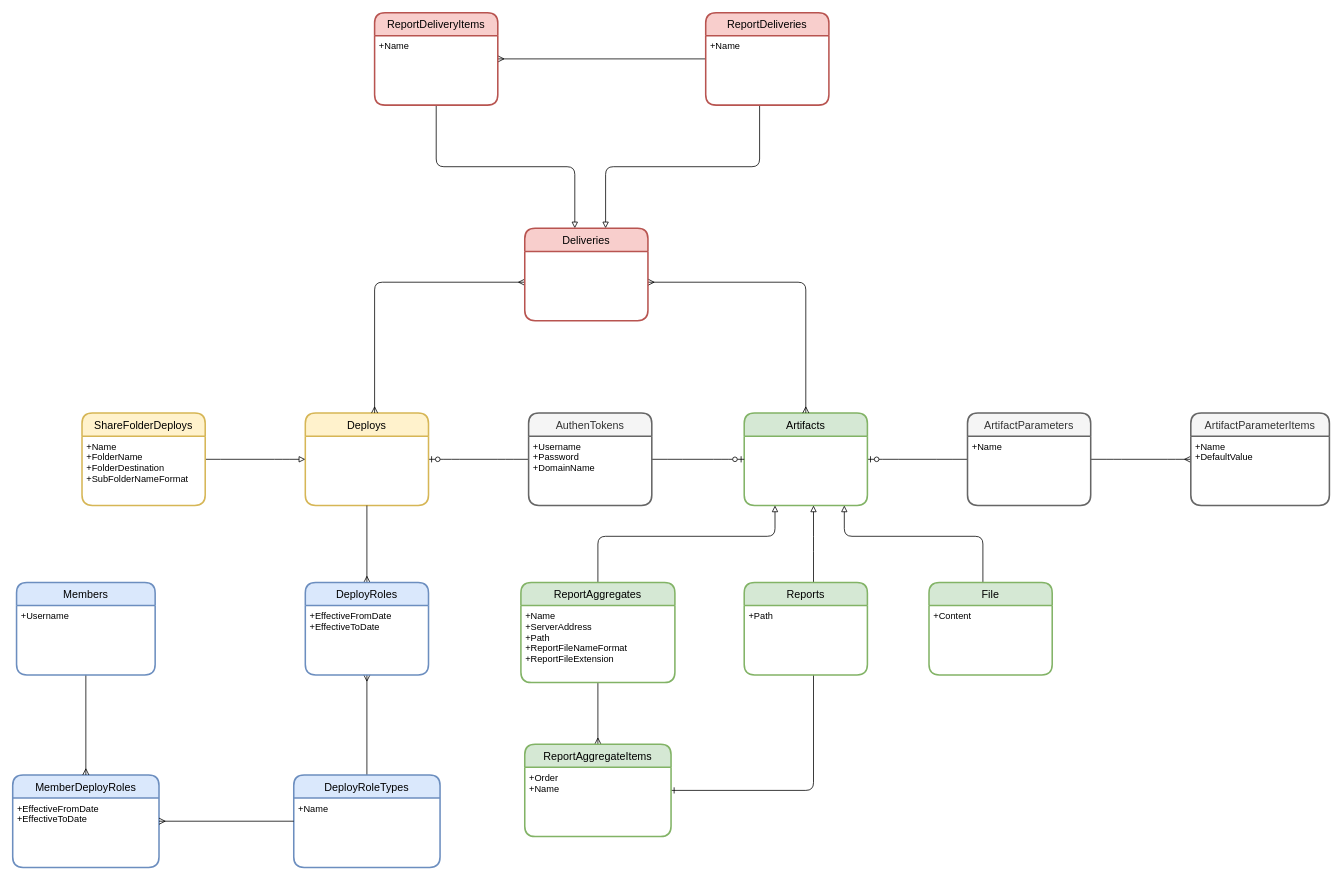
chavp/data-modeling keeps this draw.io diagram as Deliveries Models.drawio. Above is the earlier version. Source tidied: cells renumbered, new cells numbered last; positions are measured from the earlier drawing's top-left corner, leaving out a move shared by most shapes. Both pictures are drawn from the tidied source at 77%, with x=0, y=0 at pixel (12, 12).
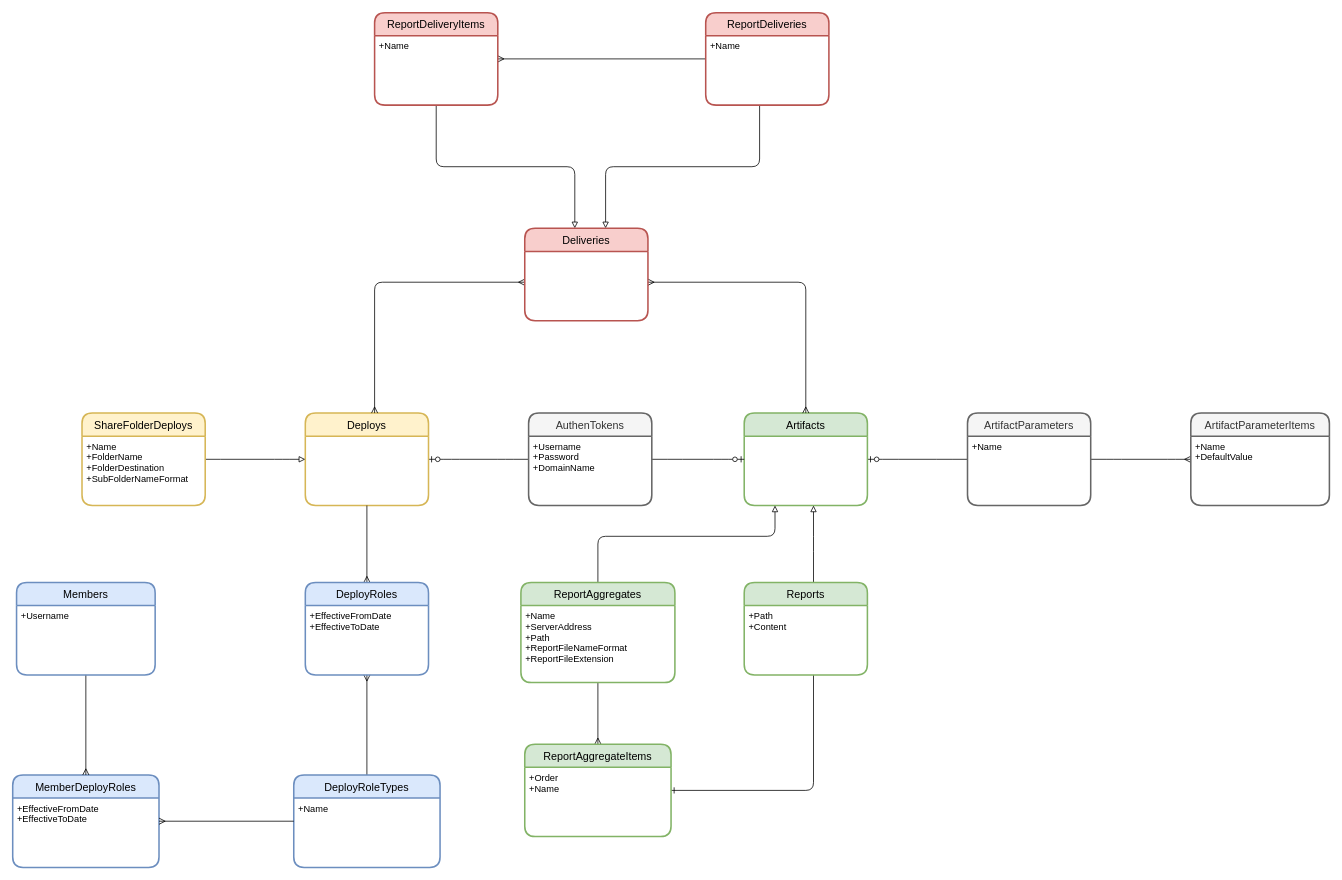
Above is the later version.

The change refers to these unchanged cells:
```xml
<mxCell id="4" value="Artifacts" style="swimlane;horizontal=1;startSize=30;rounded=1;fontSize=14;fontStyle=0;strokeWidth=2;shadow=0;dashed=0;align=center;fillColor=#d5e8d4;strokeColor=#82b366;" parent="1" vertex="1">
  <mxGeometry x="950" y="520" width="160" height="120" as="geometry" />
</mxCell>
<mxCell id="48" value="Reports" style="swimlane;horizontal=1;startSize=30;rounded=1;fontSize=14;fontStyle=0;strokeWidth=2;shadow=0;dashed=0;align=center;fillColor=#d5e8d4;strokeColor=#82b366;" parent="1" vertex="1">
  <mxGeometry x="950" y="740" width="160" height="120" as="geometry" />
</mxCell>
```

Diff of the diagram source:
```diff
@@
-    <mxCell id="47" style="edgeStyle=orthogonalEdgeStyle;fontSize=12;html=1;endArrow=none;endFill=0;startArrow=block;startFill=0;" parent="1" edge="1" source="4" target="50">
-      <mxGeometry relative="1" as="geometry">
-        <Array as="points">
-          <mxPoint x="1080" y="680" />
-          <mxPoint x="1260" y="680" />
-        </Array>
-      </mxGeometry>
-    </mxCell>
@@
-    <mxCell id="49" value="+Path&#10;&#10;" style="align=left;strokeColor=none;fillColor=none;spacingLeft=4;fontSize=12;verticalAlign=top;" parent="48" vertex="1">
+    <mxCell id="49" value="+Path&#10;+Content&#10;" style="align=left;strokeColor=none;fillColor=none;spacingLeft=4;fontSize=12;verticalAlign=top;" parent="48" vertex="1">
       <mxGeometry y="30" width="160" height="90" as="geometry" />
     </mxCell>
-    <mxCell id="50" value="File" style="swimlane;horizontal=1;startSize=30;rounded=1;fontSize=14;fontStyle=0;strokeWidth=2;shadow=0;dashed=0;align=center;fillColor=#d5e8d4;strokeColor=#82b366;" parent="1" vertex="1">
-      <mxGeometry x="1190" y="740" width="160" height="120" as="geometry" />
-    </mxCell>
-    <mxCell id="51" value="+Content&#10;&#10;" style="align=left;strokeColor=none;fillColor=none;spacingLeft=4;fontSize=12;verticalAlign=top;" parent="50" vertex="1">
-      <mxGeometry y="30" width="160" height="90" as="geometry" />
-    </mxCell>
```
